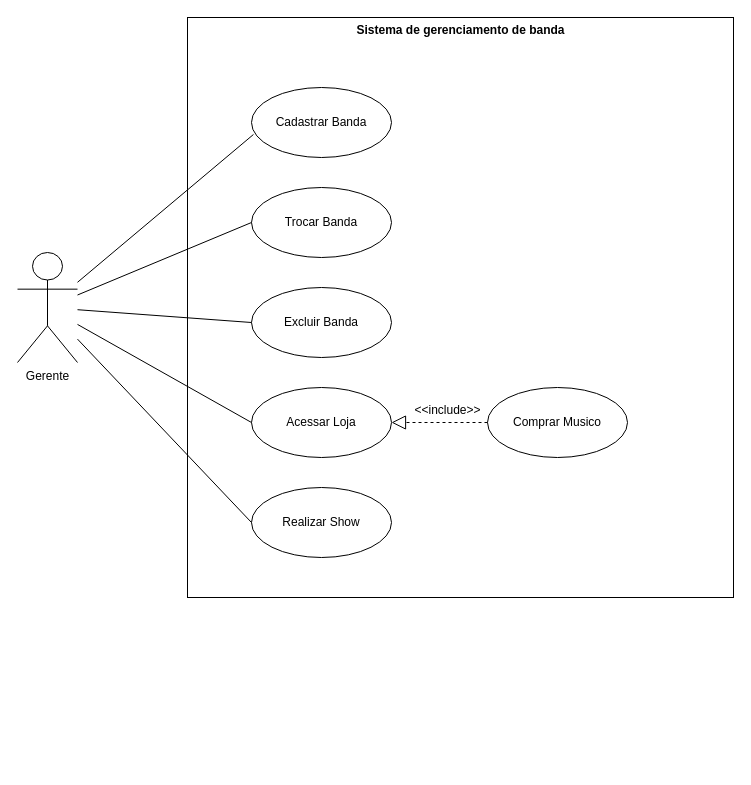
Above: JAVA/POO/casoDeUso.drawio in costaProg/CODIGOS-UFCA (draw.io), before the change. Source tidied: cells renumbered, new cells numbered last; positions are measured from the earlier drawing's top-left corner, leaving out a move shared by most shapes. Both pictures are drawn from the tidied source at 100%, with x=0, y=0 at pixel (17, 17).
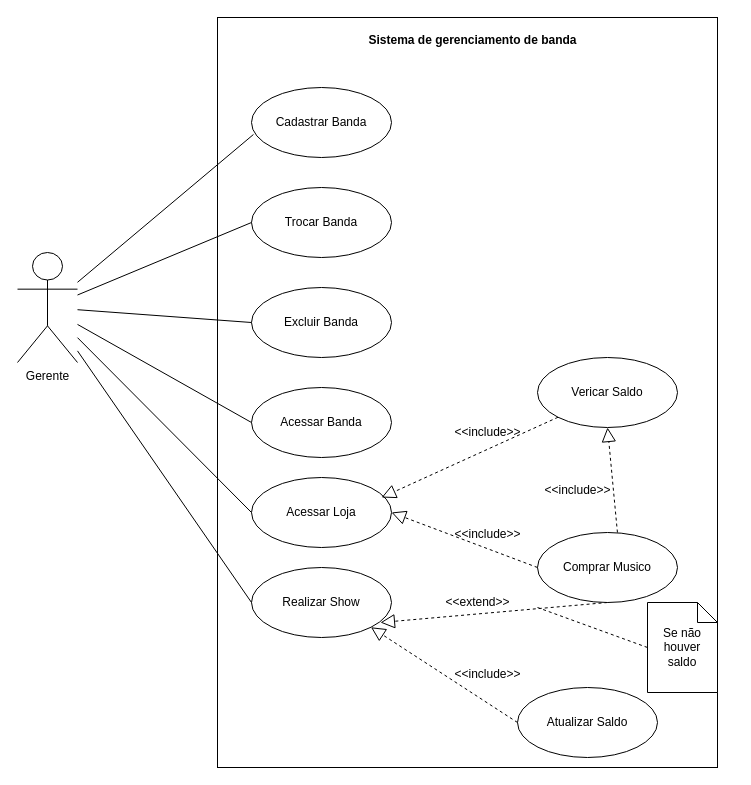
After the change.

Unchanged cells that the change refers to:
```xml
<mxCell id="3" value="Gerente&lt;br&gt;" style="shape=umlActor;verticalLabelPosition=bottom;verticalAlign=top;html=1;" parent="1" vertex="1">
  <mxGeometry y="235" width="60" height="110" as="geometry" />
</mxCell>
```

The edit, as a diff of the source:
```diff
@@
     <mxCell id="2" style="rounded=0;whiteSpace=wrap;html=1;" parent="1" vertex="1">
-      <mxGeometry x="170" width="546" height="580" as="geometry" />
+      <mxGeometry x="200" width="500" height="750" as="geometry" />
     </mxCell>
@@
     <mxCell id="4" value="Sistema de gerenciamento de banda" style="text;align=center;fontStyle=1;verticalAlign=middle;spacingLeft=3;spacingRight=3;strokeColor=none;html=1;" parent="1" vertex="1">
-      <mxGeometry x="403" width="80" height="26" as="geometry" />
+      <mxGeometry x="415" y="10" width="80" height="26" as="geometry" />
     </mxCell>
@@
     <mxCell id="8" value="Acessar Loja" style="ellipse;whiteSpace=wrap;html=1;" parent="1" vertex="1">
-      <mxGeometry x="234" y="370" width="140" height="70" as="geometry" />
+      <mxGeometry x="234" y="460" width="140" height="70" as="geometry" />
     </mxCell>
     <mxCell id="9" value="Realizar Show" style="ellipse;whiteSpace=wrap;html=1;" parent="1" vertex="1">
-      <mxGeometry x="234" y="470" width="140" height="70" as="geometry" />
+      <mxGeometry x="234" y="550" width="140" height="70" as="geometry" />
     </mxCell>
@@
     <mxCell id="15" value="Comprar Musico" style="ellipse;whiteSpace=wrap;html=1;" parent="1" vertex="1">
-      <mxGeometry x="470" y="370" width="140" height="70" as="geometry" />
+      <mxGeometry x="520" y="515" width="140" height="70" as="geometry" />
     </mxCell>
@@
     <mxCell id="17" value="&lt;span style=&quot;font-weight: normal;&quot;&gt;&amp;lt;&amp;lt;include&amp;gt;&amp;gt;&lt;/span&gt;" style="text;align=center;fontStyle=1;verticalAlign=middle;spacingLeft=3;spacingRight=3;strokeColor=none;html=1;" parent="1" vertex="1">
-      <mxGeometry x="390" y="380" width="80" height="26" as="geometry" />
+      <mxGeometry x="430" y="504" width="80" height="26" as="geometry" />
     </mxCell>
+    <mxCell id="18" value="Acessar Banda" style="ellipse;whiteSpace=wrap;html=1;" parent="1" vertex="1">
+      <mxGeometry x="234" y="370" width="140" height="70" as="geometry" />
+    </mxCell>
+    <mxCell id="19" style="endArrow=none;html=1;rounded=0;entryX=0;entryY=0.5;entryDx=0;entryDy=0;" parent="1" edge="1" source="3" target="18">
+      <mxGeometry relative="1" as="geometry" />
+    </mxCell>
+    <mxCell id="20" style="endArrow=block;dashed=1;endFill=0;endSize=12;html=1;rounded=0;exitX=0.5;exitY=1;exitDx=0;exitDy=0;entryX=0.921;entryY=0.786;entryDx=0;entryDy=0;entryPerimeter=0;" parent="1" edge="1" source="15" target="9">
+      <mxGeometry relative="1" as="geometry" />
+    </mxCell>
+    <mxCell id="21" value="&lt;span style=&quot;font-weight: normal;&quot;&gt;&amp;lt;&amp;lt;extend&amp;gt;&amp;gt;&lt;/span&gt;" style="text;align=center;fontStyle=1;verticalAlign=middle;spacingLeft=3;spacingRight=3;strokeColor=none;html=1;" parent="1" vertex="1">
+      <mxGeometry x="420" y="572" width="80" height="26" as="geometry" />
+    </mxCell>
+    <mxCell id="22" value="Vericar Saldo" style="ellipse;whiteSpace=wrap;html=1;" parent="1" vertex="1">
+      <mxGeometry x="520" y="340" width="140" height="70" as="geometry" />
+    </mxCell>
+    <mxCell id="23" value="Atualizar Saldo" style="ellipse;whiteSpace=wrap;html=1;" parent="1" vertex="1">
+      <mxGeometry x="500" y="670" width="140" height="70" as="geometry" />
+    </mxCell>
+    <mxCell id="24" style="endArrow=block;dashed=1;endFill=0;endSize=12;html=1;rounded=0;exitX=0;exitY=1;exitDx=0;exitDy=0;entryX=0.929;entryY=0.286;entryDx=0;entryDy=0;entryPerimeter=0;" parent="1" edge="1" source="22" target="8">
+      <mxGeometry relative="1" as="geometry" />
+    </mxCell>
+    <mxCell id="25" value="&lt;span style=&quot;font-weight: normal;&quot;&gt;&amp;lt;&amp;lt;include&amp;gt;&amp;gt;&lt;/span&gt;" style="text;align=center;fontStyle=1;verticalAlign=middle;spacingLeft=3;spacingRight=3;strokeColor=none;html=1;" parent="1" vertex="1">
+      <mxGeometry x="430" y="402" width="80" height="26" as="geometry" />
+    </mxCell>
+    <mxCell id="26" style="endArrow=block;dashed=1;endFill=0;endSize=12;html=1;rounded=0;exitX=0.571;exitY=0;exitDx=0;exitDy=0;exitPerimeter=0;" parent="1" edge="1" source="15">
+      <mxGeometry relative="1" as="geometry">
+        <mxPoint x="590" y="410" as="targetPoint" />
+      </mxGeometry>
+    </mxCell>
+    <mxCell id="27" value="&lt;span style=&quot;font-weight: normal;&quot;&gt;&amp;lt;&amp;lt;include&amp;gt;&amp;gt;&lt;/span&gt;" style="text;align=center;fontStyle=1;verticalAlign=middle;spacingLeft=3;spacingRight=3;strokeColor=none;html=1;" parent="1" vertex="1">
+      <mxGeometry x="520" y="460" width="80" height="26" as="geometry" />
+    </mxCell>
+    <mxCell id="28" value="&lt;span style=&quot;font-weight: normal;&quot;&gt;&amp;lt;&amp;lt;include&amp;gt;&amp;gt;&lt;/span&gt;" style="text;align=center;fontStyle=1;verticalAlign=middle;spacingLeft=3;spacingRight=3;strokeColor=none;html=1;" parent="1" vertex="1">
+      <mxGeometry x="430" y="644" width="80" height="26" as="geometry" />
+    </mxCell>
+    <mxCell id="29" style="endArrow=block;dashed=1;endFill=0;endSize=12;html=1;rounded=0;exitX=0;exitY=0.5;exitDx=0;exitDy=0;entryX=1;entryY=1;entryDx=0;entryDy=0;" parent="1" edge="1" source="23" target="9">
+      <mxGeometry relative="1" as="geometry" />
+    </mxCell>
+    <mxCell id="30" value="Se não houver saldo" style="shape=note;size=20;whiteSpace=wrap;html=1;" parent="1" vertex="1">
+      <mxGeometry x="630" y="585" width="70" height="90" as="geometry" />
+    </mxCell>
+    <mxCell id="31" style="endArrow=none;dashed=1;html=1;rounded=0;entryX=0;entryY=0.5;entryDx=0;entryDy=0;entryPerimeter=0;" parent="1" edge="1" target="30">
+      <mxGeometry relative="1" as="geometry">
+        <mxPoint x="520" y="590" as="sourcePoint" />
+      </mxGeometry>
+    </mxCell>
```
